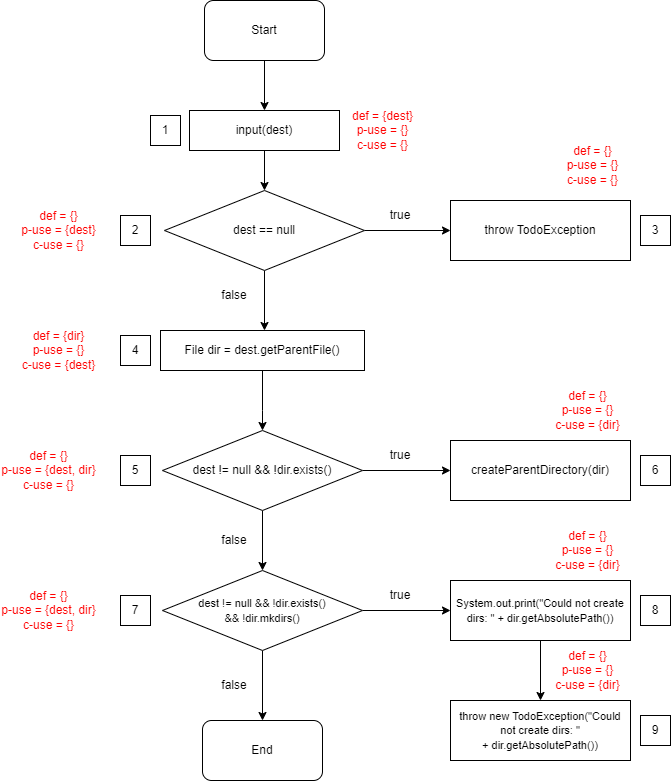
Above: .github/08/f2/createParentDirectory_flow.png in lucasluizss/jdotxt (draw.io), before the change. Source tidied: cells renumbered, new cells last; positions are measured from the earlier drawing's top-left corner, leaving out a move shared by most shapes. Source of this version:
```xml
<mxGraphModel>
  <root>
    <mxCell id="0" />
    <mxCell id="1" parent="0" />
    <mxCell id="2" style="edgeStyle=orthogonalEdgeStyle;rounded=0;jettySize=auto;html=1;exitX=0.5;exitY=1;exitDx=0;exitDy=0;entryX=0.5;entryY=0;entryDx=0;entryDy=0;" parent="1" edge="1" source="3" target="5">
      <mxGeometry relative="1" as="geometry" />
    </mxCell>
    <mxCell id="3" value="Start" style="rounded=1;whiteSpace=wrap;html=1;" parent="1" vertex="1">
      <mxGeometry x="204" width="120" height="60" as="geometry" />
    </mxCell>
    <mxCell id="4" style="edgeStyle=orthogonalEdgeStyle;rounded=0;jettySize=auto;html=1;exitX=0.5;exitY=1;exitDx=0;exitDy=0;entryX=0.5;entryY=0;entryDx=0;entryDy=0;" parent="1" edge="1" source="5" target="9">
      <mxGeometry relative="1" as="geometry" />
    </mxCell>
    <mxCell id="5" value="input(dest)" style="rounded=0;whiteSpace=wrap;html=1;" parent="1" vertex="1">
      <mxGeometry x="189" y="110" width="150" height="40" as="geometry" />
    </mxCell>
    <mxCell id="6" value="1" style="rounded=0;whiteSpace=wrap;html=1;" parent="1" vertex="1">
      <mxGeometry x="150" y="115" width="30" height="30" as="geometry" />
    </mxCell>
    <mxCell id="7" style="edgeStyle=orthogonalEdgeStyle;rounded=0;jettySize=auto;html=1;exitX=1;exitY=0.5;exitDx=0;exitDy=0;entryX=0;entryY=0.5;entryDx=0;entryDy=0;fontSize=12;" parent="1" edge="1" source="9" target="10">
      <mxGeometry relative="1" as="geometry" />
    </mxCell>
    <mxCell id="8" style="edgeStyle=orthogonalEdgeStyle;rounded=0;jettySize=auto;html=1;exitX=0.5;exitY=1;exitDx=0;exitDy=0;entryX=0.5;entryY=0;entryDx=0;entryDy=0;fontSize=12;" parent="1" edge="1" source="9">
      <mxGeometry relative="1" as="geometry">
        <mxPoint x="264" y="330" as="targetPoint" />
      </mxGeometry>
    </mxCell>
    <mxCell id="9" value="dest == null" style="rhombus;whiteSpace=wrap;html=1;" parent="1" vertex="1">
      <mxGeometry x="164" y="190" width="200" height="80" as="geometry" />
    </mxCell>
    <mxCell id="10" value="&lt;font style=&quot;font-size: 12px;&quot;&gt;throw TodoException&lt;/font&gt;" style="rounded=0;whiteSpace=wrap;html=1;" parent="1" vertex="1">
      <mxGeometry x="450" y="200" width="180" height="60" as="geometry" />
    </mxCell>
    <mxCell id="11" value="true" style="text;html=1;strokeColor=none;fillColor=none;align=center;verticalAlign=middle;whiteSpace=wrap;rounded=0;fontSize=12;" parent="1" vertex="1">
      <mxGeometry x="370" y="200" width="60" height="30" as="geometry" />
    </mxCell>
    <mxCell id="12" value="false" style="text;html=1;strokeColor=none;fillColor=none;align=center;verticalAlign=middle;whiteSpace=wrap;rounded=0;fontSize=12;" parent="1" vertex="1">
      <mxGeometry x="204" y="280" width="60" height="30" as="geometry" />
    </mxCell>
    <mxCell id="13" style="edgeStyle=orthogonalEdgeStyle;rounded=0;jettySize=auto;html=1;exitX=0.5;exitY=1;exitDx=0;exitDy=0;entryX=0.5;entryY=0;entryDx=0;entryDy=0;" parent="1" edge="1" source="14" target="20">
      <mxGeometry relative="1" as="geometry">
        <Array as="points">
          <mxPoint x="262" y="410" />
          <mxPoint x="262" y="410" />
        </Array>
      </mxGeometry>
    </mxCell>
    <mxCell id="14" value="File dir = dest.getParentFile()" style="rounded=0;whiteSpace=wrap;html=1;" parent="1" vertex="1">
      <mxGeometry x="160" y="330" width="204" height="40" as="geometry" />
    </mxCell>
    <mxCell id="15" value="2" style="rounded=0;whiteSpace=wrap;html=1;" parent="1" vertex="1">
      <mxGeometry x="120" y="215" width="30" height="30" as="geometry" />
    </mxCell>
    <mxCell id="16" value="3" style="rounded=0;whiteSpace=wrap;html=1;" parent="1" vertex="1">
      <mxGeometry x="640" y="215" width="30" height="30" as="geometry" />
    </mxCell>
    <mxCell id="17" value="4" style="rounded=0;whiteSpace=wrap;html=1;" parent="1" vertex="1">
      <mxGeometry x="120" y="335" width="30" height="30" as="geometry" />
    </mxCell>
    <mxCell id="18" style="edgeStyle=orthogonalEdgeStyle;rounded=0;jettySize=auto;html=1;exitX=1;exitY=0.5;exitDx=0;exitDy=0;" parent="1" edge="1" source="20" target="22">
      <mxGeometry relative="1" as="geometry" />
    </mxCell>
    <mxCell id="19" style="edgeStyle=orthogonalEdgeStyle;rounded=0;jettySize=auto;html=1;exitX=0.5;exitY=1;exitDx=0;exitDy=0;" parent="1" edge="1" source="20" target="27">
      <mxGeometry relative="1" as="geometry" />
    </mxCell>
    <mxCell id="20" value="dest != null &amp;amp;&amp;amp; !dir.exists()" style="rhombus;whiteSpace=wrap;html=1;" parent="1" vertex="1">
      <mxGeometry x="162" y="430" width="200" height="80" as="geometry" />
    </mxCell>
    <mxCell id="21" value="5" style="rounded=0;whiteSpace=wrap;html=1;" parent="1" vertex="1">
      <mxGeometry x="120" y="455" width="30" height="30" as="geometry" />
    </mxCell>
    <mxCell id="22" value="&lt;font style=&quot;font-size: 12px;&quot;&gt;createParentDirectory(dir)&lt;/font&gt;" style="rounded=0;whiteSpace=wrap;html=1;" parent="1" vertex="1">
      <mxGeometry x="450" y="440" width="180" height="60" as="geometry" />
    </mxCell>
    <mxCell id="23" value="true" style="text;html=1;strokeColor=none;fillColor=none;align=center;verticalAlign=middle;whiteSpace=wrap;rounded=0;fontSize=12;" parent="1" vertex="1">
      <mxGeometry x="370" y="440" width="60" height="30" as="geometry" />
    </mxCell>
    <mxCell id="24" value="6" style="rounded=0;whiteSpace=wrap;html=1;" parent="1" vertex="1">
      <mxGeometry x="640" y="455" width="30" height="30" as="geometry" />
    </mxCell>
    <mxCell id="25" style="edgeStyle=orthogonalEdgeStyle;rounded=0;jettySize=auto;html=1;exitX=0.5;exitY=1;exitDx=0;exitDy=0;entryX=0.5;entryY=0;entryDx=0;entryDy=0;fontSize=11;" parent="1" edge="1" source="27" target="30">
      <mxGeometry relative="1" as="geometry" />
    </mxCell>
    <mxCell id="26" style="edgeStyle=orthogonalEdgeStyle;rounded=0;jettySize=auto;html=1;exitX=1;exitY=0.5;exitDx=0;exitDy=0;entryX=0;entryY=0.5;entryDx=0;entryDy=0;fontSize=11;" parent="1" edge="1" source="27" target="32">
      <mxGeometry relative="1" as="geometry" />
    </mxCell>
    <mxCell id="27" value="&lt;font style=&quot;font-size: 11px;&quot;&gt;dest != null &amp;amp;&amp;amp; !dir.exists() &lt;br&gt;&amp;amp;&amp;amp; !dir.mkdirs()&lt;/font&gt;" style="rhombus;whiteSpace=wrap;html=1;" parent="1" vertex="1">
      <mxGeometry x="162" y="570" width="200" height="80" as="geometry" />
    </mxCell>
    <mxCell id="28" value="7" style="rounded=0;whiteSpace=wrap;html=1;" parent="1" vertex="1">
      <mxGeometry x="120" y="595" width="30" height="30" as="geometry" />
    </mxCell>
    <mxCell id="29" value="false" style="text;html=1;strokeColor=none;fillColor=none;align=center;verticalAlign=middle;whiteSpace=wrap;rounded=0;fontSize=12;" parent="1" vertex="1">
      <mxGeometry x="204" y="525" width="60" height="30" as="geometry" />
    </mxCell>
    <mxCell id="30" value="End" style="rounded=1;whiteSpace=wrap;html=1;" parent="1" vertex="1">
      <mxGeometry x="202" y="720" width="120" height="60" as="geometry" />
    </mxCell>
    <mxCell id="31" style="edgeStyle=orthogonalEdgeStyle;rounded=0;jettySize=auto;html=1;exitX=0.5;exitY=1;exitDx=0;exitDy=0;entryX=0.5;entryY=0;entryDx=0;entryDy=0;fontSize=11;" parent="1" edge="1" source="32" target="35">
      <mxGeometry relative="1" as="geometry" />
    </mxCell>
    <mxCell id="32" value="&lt;font style=&quot;font-size: 11px;&quot;&gt;System.out.print(&quot;Could not create dirs: &quot; + dir.getAbsolutePath())&lt;/font&gt;" style="rounded=0;whiteSpace=wrap;html=1;" parent="1" vertex="1">
      <mxGeometry x="450" y="580" width="180" height="60" as="geometry" />
    </mxCell>
    <mxCell id="33" value="true" style="text;html=1;strokeColor=none;fillColor=none;align=center;verticalAlign=middle;whiteSpace=wrap;rounded=0;fontSize=12;" parent="1" vertex="1">
      <mxGeometry x="370" y="580" width="60" height="30" as="geometry" />
    </mxCell>
    <mxCell id="34" value="8" style="rounded=0;whiteSpace=wrap;html=1;" parent="1" vertex="1">
      <mxGeometry x="640" y="595" width="30" height="30" as="geometry" />
    </mxCell>
    <mxCell id="35" value="&lt;div&gt;&lt;font style=&quot;font-size: 11px;&quot;&gt;throw new TodoException(&quot;Could not create dirs: &quot;&lt;/font&gt;&lt;/div&gt;&lt;div&gt;&lt;font style=&quot;font-size: 11px;&quot;&gt;&#9;&#9;&#9;&#9;&#9;+ dir.getAbsolutePath())&lt;/font&gt;&lt;/div&gt;" style="rounded=0;whiteSpace=wrap;html=1;" parent="1" vertex="1">
      <mxGeometry x="450" y="700" width="180" height="60" as="geometry" />
    </mxCell>
    <mxCell id="36" value="9" style="rounded=0;whiteSpace=wrap;html=1;" parent="1" vertex="1">
      <mxGeometry x="640" y="715" width="30" height="30" as="geometry" />
    </mxCell>
    <mxCell id="37" value="&lt;font color=&quot;#ff0000&quot;&gt;def = {dest}&lt;br&gt;p-use = {}&lt;br&gt;c-use = {}&lt;/font&gt;" style="text;html=1;strokeColor=none;fillColor=none;align=center;verticalAlign=middle;whiteSpace=wrap;rounded=0;" parent="1" vertex="1">
      <mxGeometry x="343.5" y="110" width="76.5" height="40" as="geometry" />
    </mxCell>
    <mxCell id="38" value="&lt;font color=&quot;#ff0000&quot;&gt;def = {}&lt;br&gt;p-use = {&lt;/font&gt;&lt;span style=&quot;color: rgb(255, 0, 0);&quot;&gt;dest&lt;/span&gt;&lt;font color=&quot;#ff0000&quot;&gt;}&lt;br&gt;c-use = {}&lt;/font&gt;" style="text;html=1;strokeColor=none;fillColor=none;align=center;verticalAlign=middle;whiteSpace=wrap;rounded=0;" parent="1" vertex="1">
      <mxGeometry x="20" y="210" width="76.5" height="40" as="geometry" />
    </mxCell>
    <mxCell id="39" value="&lt;font color=&quot;#ff0000&quot;&gt;def = {}&lt;br&gt;p-use = {&lt;/font&gt;&lt;font color=&quot;#ff0000&quot;&gt;}&lt;br&gt;c-use = {}&lt;/font&gt;" style="text;html=1;strokeColor=none;fillColor=none;align=center;verticalAlign=middle;whiteSpace=wrap;rounded=0;" parent="1" vertex="1">
      <mxGeometry x="553.5" y="145" width="76.5" height="40" as="geometry" />
    </mxCell>
    <mxCell id="40" value="&lt;font color=&quot;#ff0000&quot;&gt;def = {dir}&lt;br&gt;p-use = {&lt;/font&gt;&lt;font color=&quot;#ff0000&quot;&gt;}&lt;br&gt;c-use = {dest}&lt;/font&gt;" style="text;html=1;strokeColor=none;fillColor=none;align=center;verticalAlign=middle;whiteSpace=wrap;rounded=0;" parent="1" vertex="1">
      <mxGeometry x="20" y="330" width="76.5" height="40" as="geometry" />
    </mxCell>
    <mxCell id="41" value="&lt;font color=&quot;#ff0000&quot;&gt;def = {&lt;/font&gt;&lt;font color=&quot;#ff0000&quot;&gt;}&lt;br&gt;p-use = {&lt;/font&gt;&lt;span style=&quot;color: rgb(255, 0, 0);&quot;&gt;dest,&amp;nbsp;&lt;/span&gt;&lt;font color=&quot;#ff0000&quot;&gt;dir&lt;/font&gt;&lt;font color=&quot;#ff0000&quot;&gt;}&lt;br&gt;c-use = {}&lt;/font&gt;" style="text;html=1;strokeColor=none;fillColor=none;align=center;verticalAlign=middle;whiteSpace=wrap;rounded=0;" parent="1" vertex="1">
      <mxGeometry y="450" width="96.5" height="40" as="geometry" />
    </mxCell>
    <mxCell id="42" value="&lt;font color=&quot;#ff0000&quot;&gt;def = {&lt;/font&gt;&lt;font color=&quot;#ff0000&quot;&gt;}&lt;br&gt;p-use = {&lt;/font&gt;&lt;font color=&quot;#ff0000&quot;&gt;}&lt;br&gt;c-use = {dir}&lt;/font&gt;" style="text;html=1;strokeColor=none;fillColor=none;align=center;verticalAlign=middle;whiteSpace=wrap;rounded=0;" parent="1" vertex="1">
      <mxGeometry x="543.5" y="390" width="86.5" height="40" as="geometry" />
    </mxCell>
    <mxCell id="43" value="&lt;font color=&quot;#ff0000&quot;&gt;def = {&lt;/font&gt;&lt;font color=&quot;#ff0000&quot;&gt;}&lt;br&gt;p-use = {&lt;/font&gt;&lt;span style=&quot;color: rgb(255, 0, 0);&quot;&gt;dest,&amp;nbsp;&lt;/span&gt;&lt;font color=&quot;#ff0000&quot;&gt;dir&lt;/font&gt;&lt;font color=&quot;#ff0000&quot;&gt;}&lt;br&gt;c-use = {}&lt;/font&gt;" style="text;html=1;strokeColor=none;fillColor=none;align=center;verticalAlign=middle;whiteSpace=wrap;rounded=0;" parent="1" vertex="1">
      <mxGeometry y="590" width="96.5" height="40" as="geometry" />
    </mxCell>
    <mxCell id="44" value="&lt;font color=&quot;#ff0000&quot;&gt;def = {&lt;/font&gt;&lt;font color=&quot;#ff0000&quot;&gt;}&lt;br&gt;p-use = {&lt;/font&gt;&lt;font color=&quot;#ff0000&quot;&gt;}&lt;br&gt;c-use = {dir}&lt;/font&gt;" style="text;html=1;strokeColor=none;fillColor=none;align=center;verticalAlign=middle;whiteSpace=wrap;rounded=0;" parent="1" vertex="1">
      <mxGeometry x="543.5" y="530" width="86.5" height="40" as="geometry" />
    </mxCell>
    <mxCell id="45" value="&lt;font color=&quot;#ff0000&quot;&gt;def = {&lt;/font&gt;&lt;font color=&quot;#ff0000&quot;&gt;}&lt;br&gt;p-use = {&lt;/font&gt;&lt;font color=&quot;#ff0000&quot;&gt;}&lt;br&gt;c-use = {dir}&lt;/font&gt;" style="text;html=1;strokeColor=none;fillColor=none;align=center;verticalAlign=middle;whiteSpace=wrap;rounded=0;" parent="1" vertex="1">
      <mxGeometry x="543.5" y="650" width="86.5" height="40" as="geometry" />
    </mxCell>
    <mxCell id="46" value="false" style="text;html=1;strokeColor=none;fillColor=none;align=center;verticalAlign=middle;whiteSpace=wrap;rounded=0;fontSize=12;" parent="1" vertex="1">
      <mxGeometry x="204" y="670" width="60" height="30" as="geometry" />
    </mxCell>
  </root>
</mxGraphModel>
```
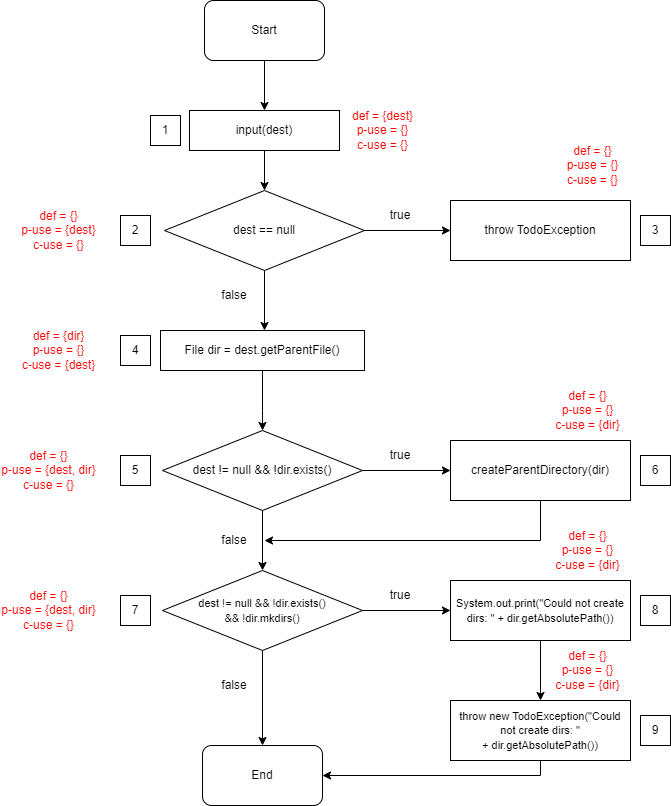
The same file after the commit.

Diff of the diagram source:
```diff
@@ -69,6 +69,9 @@
     <mxCell id="21" value="5" style="rounded=0;whiteSpace=wrap;html=1;" parent="1" vertex="1">
       <mxGeometry x="120" y="455" width="30" height="30" as="geometry" />
     </mxCell>
+    <mxCell id="47" style="edgeStyle=orthogonalEdgeStyle;rounded=0;jettySize=auto;html=1;exitX=0.5;exitY=1;exitDx=0;exitDy=0;entryX=1;entryY=0.5;entryDx=0;entryDy=0;" parent="1" edge="1" source="22" target="29">
+      <mxGeometry relative="1" as="geometry" />
+    </mxCell>
     <mxCell id="22" value="&lt;font style=&quot;font-size: 12px;&quot;&gt;createParentDirectory(dir)&lt;/font&gt;" style="rounded=0;whiteSpace=wrap;html=1;" parent="1" vertex="1">
       <mxGeometry x="450" y="440" width="180" height="60" as="geometry" />
     </mxCell>
@@ -94,7 +97,7 @@
       <mxGeometry x="204" y="525" width="60" height="30" as="geometry" />
     </mxCell>
     <mxCell id="30" value="End" style="rounded=1;whiteSpace=wrap;html=1;" parent="1" vertex="1">
-      <mxGeometry x="202" y="720" width="120" height="60" as="geometry" />
+      <mxGeometry x="202" y="745" width="120" height="60" as="geometry" />
     </mxCell>
     <mxCell id="31" style="edgeStyle=orthogonalEdgeStyle;rounded=0;jettySize=auto;html=1;exitX=0.5;exitY=1;exitDx=0;exitDy=0;entryX=0.5;entryY=0;entryDx=0;entryDy=0;fontSize=11;" parent="1" edge="1" source="32" target="35">
       <mxGeometry relative="1" as="geometry" />
@@ -108,6 +111,13 @@
     <mxCell id="34" value="8" style="rounded=0;whiteSpace=wrap;html=1;" parent="1" vertex="1">
       <mxGeometry x="640" y="595" width="30" height="30" as="geometry" />
     </mxCell>
+    <mxCell id="48" style="edgeStyle=orthogonalEdgeStyle;rounded=0;jettySize=auto;html=1;exitX=0.5;exitY=1;exitDx=0;exitDy=0;entryX=1;entryY=0.5;entryDx=0;entryDy=0;" parent="1" edge="1" source="35" target="30">
+      <mxGeometry relative="1" as="geometry">
+        <Array as="points">
+          <mxPoint x="540" y="775" />
+        </Array>
+      </mxGeometry>
+    </mxCell>
     <mxCell id="35" value="&lt;div&gt;&lt;font style=&quot;font-size: 11px;&quot;&gt;throw new TodoException(&quot;Could not create dirs: &quot;&lt;/font&gt;&lt;/div&gt;&lt;div&gt;&lt;font style=&quot;font-size: 11px;&quot;&gt;&#9;&#9;&#9;&#9;&#9;+ dir.getAbsolutePath())&lt;/font&gt;&lt;/div&gt;" style="rounded=0;whiteSpace=wrap;html=1;" parent="1" vertex="1">
       <mxGeometry x="450" y="700" width="180" height="60" as="geometry" />
     </mxCell>
```
